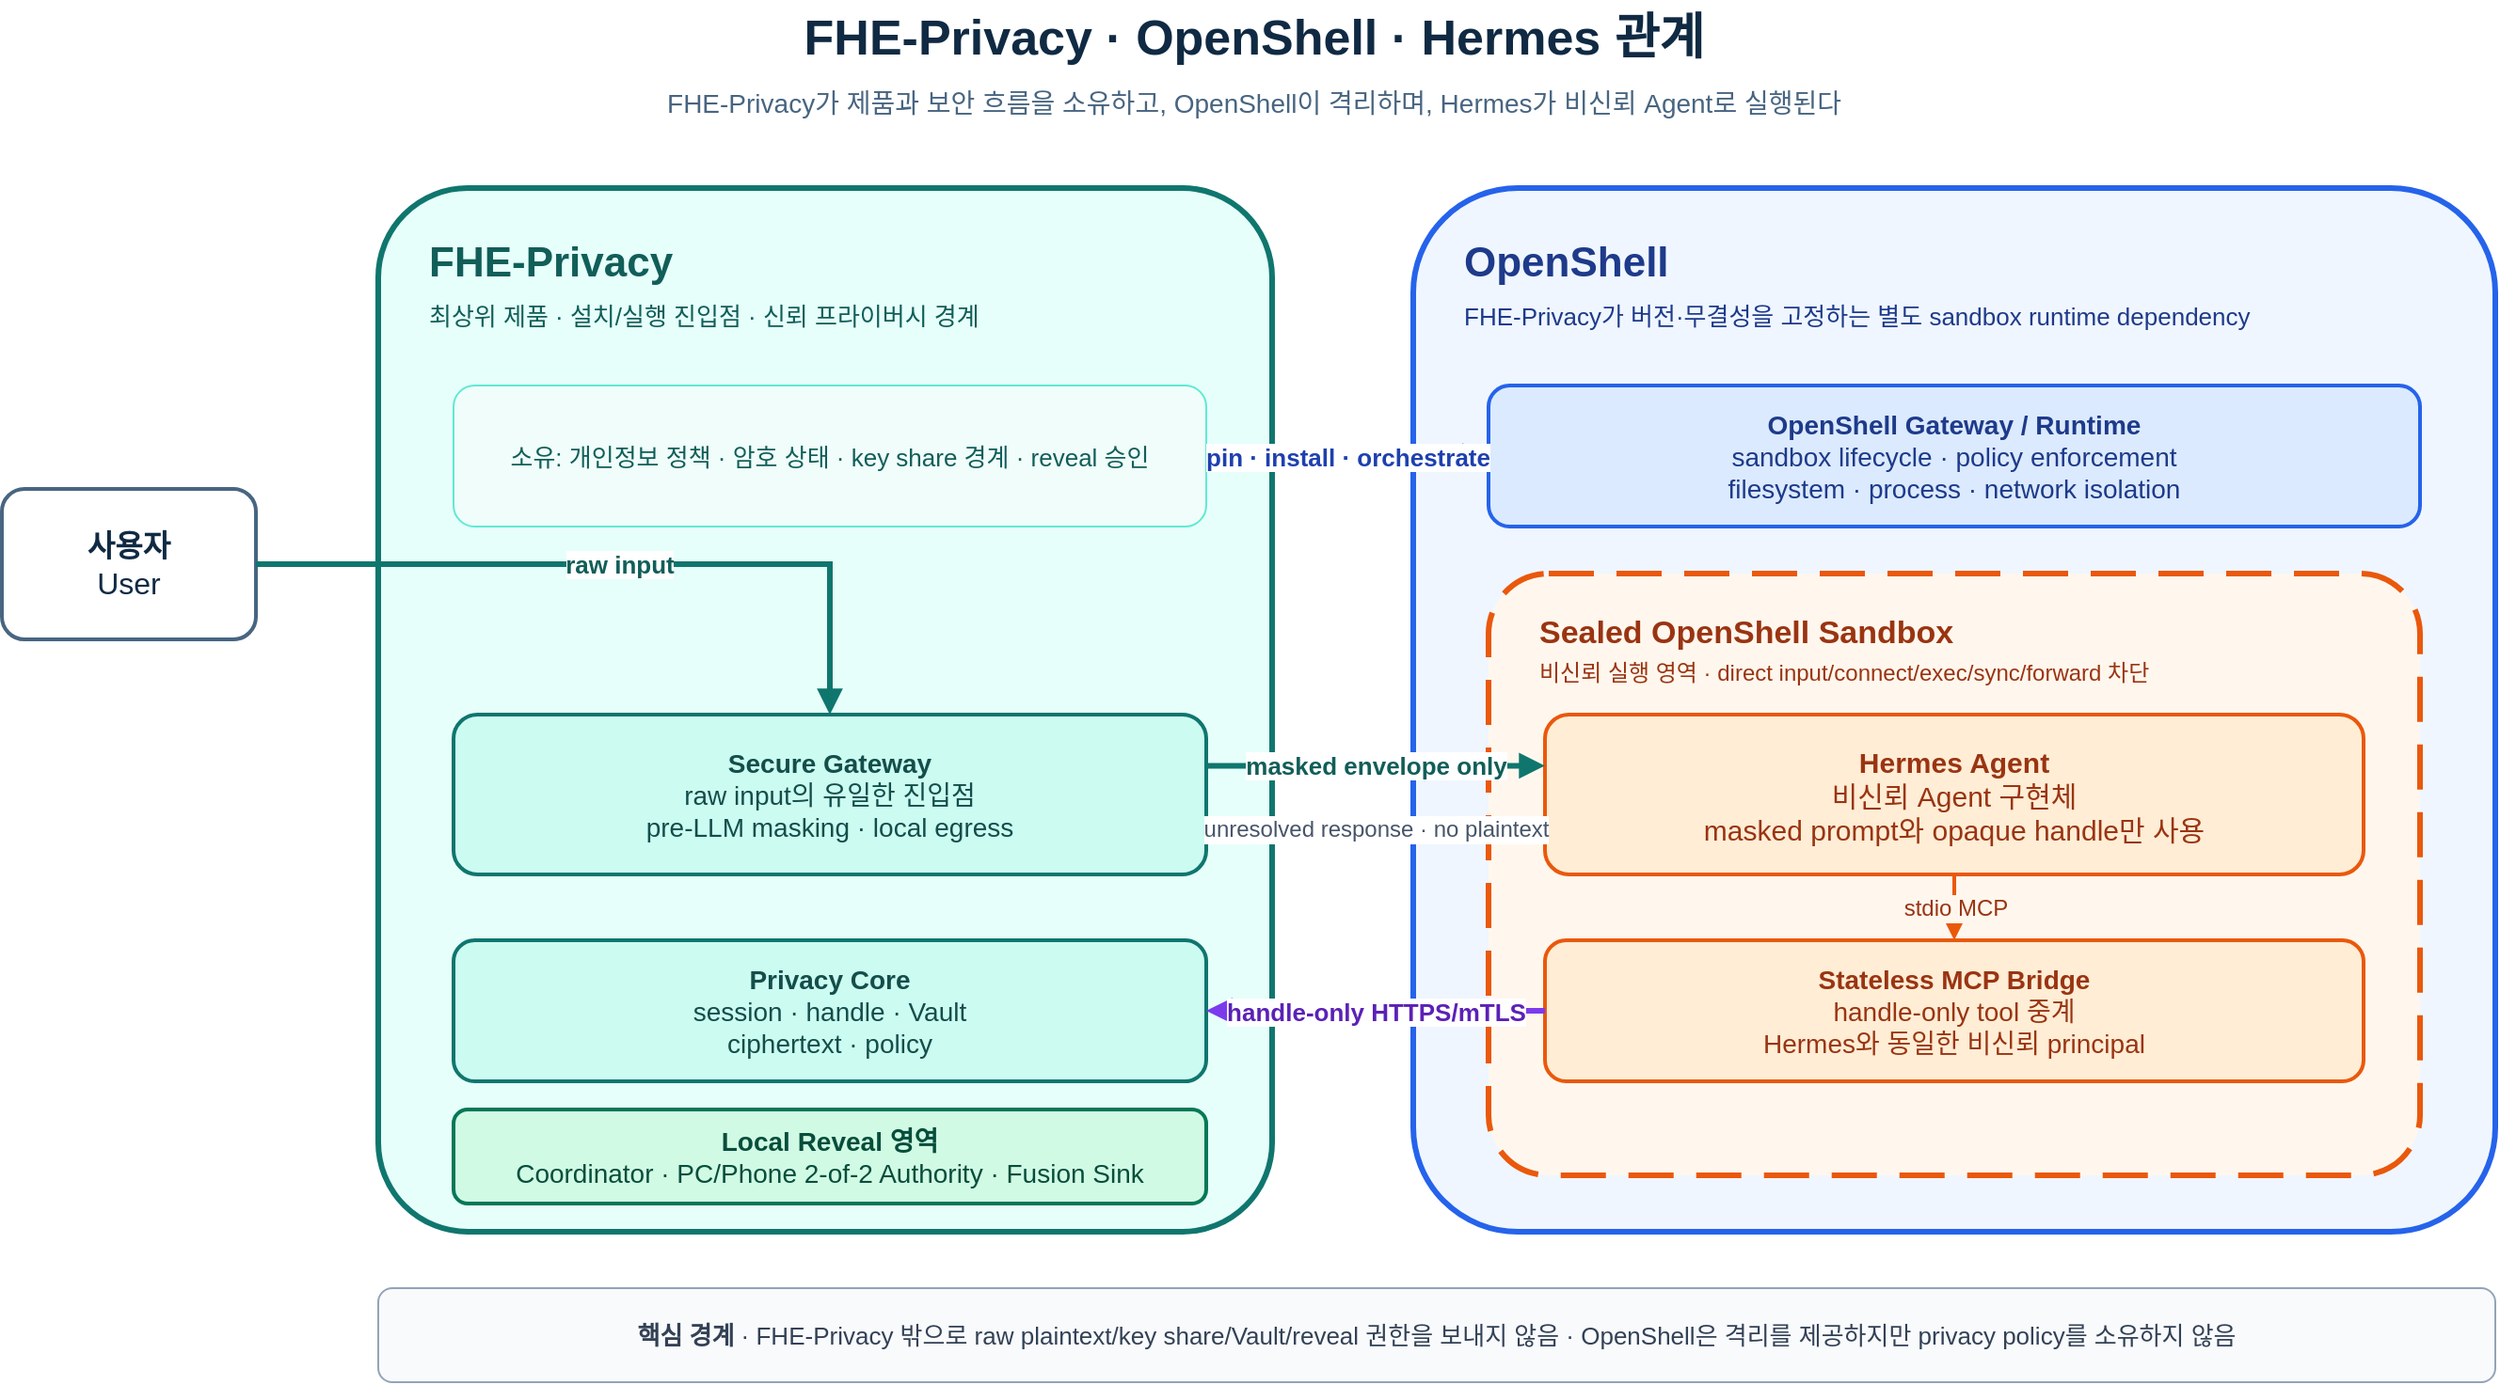
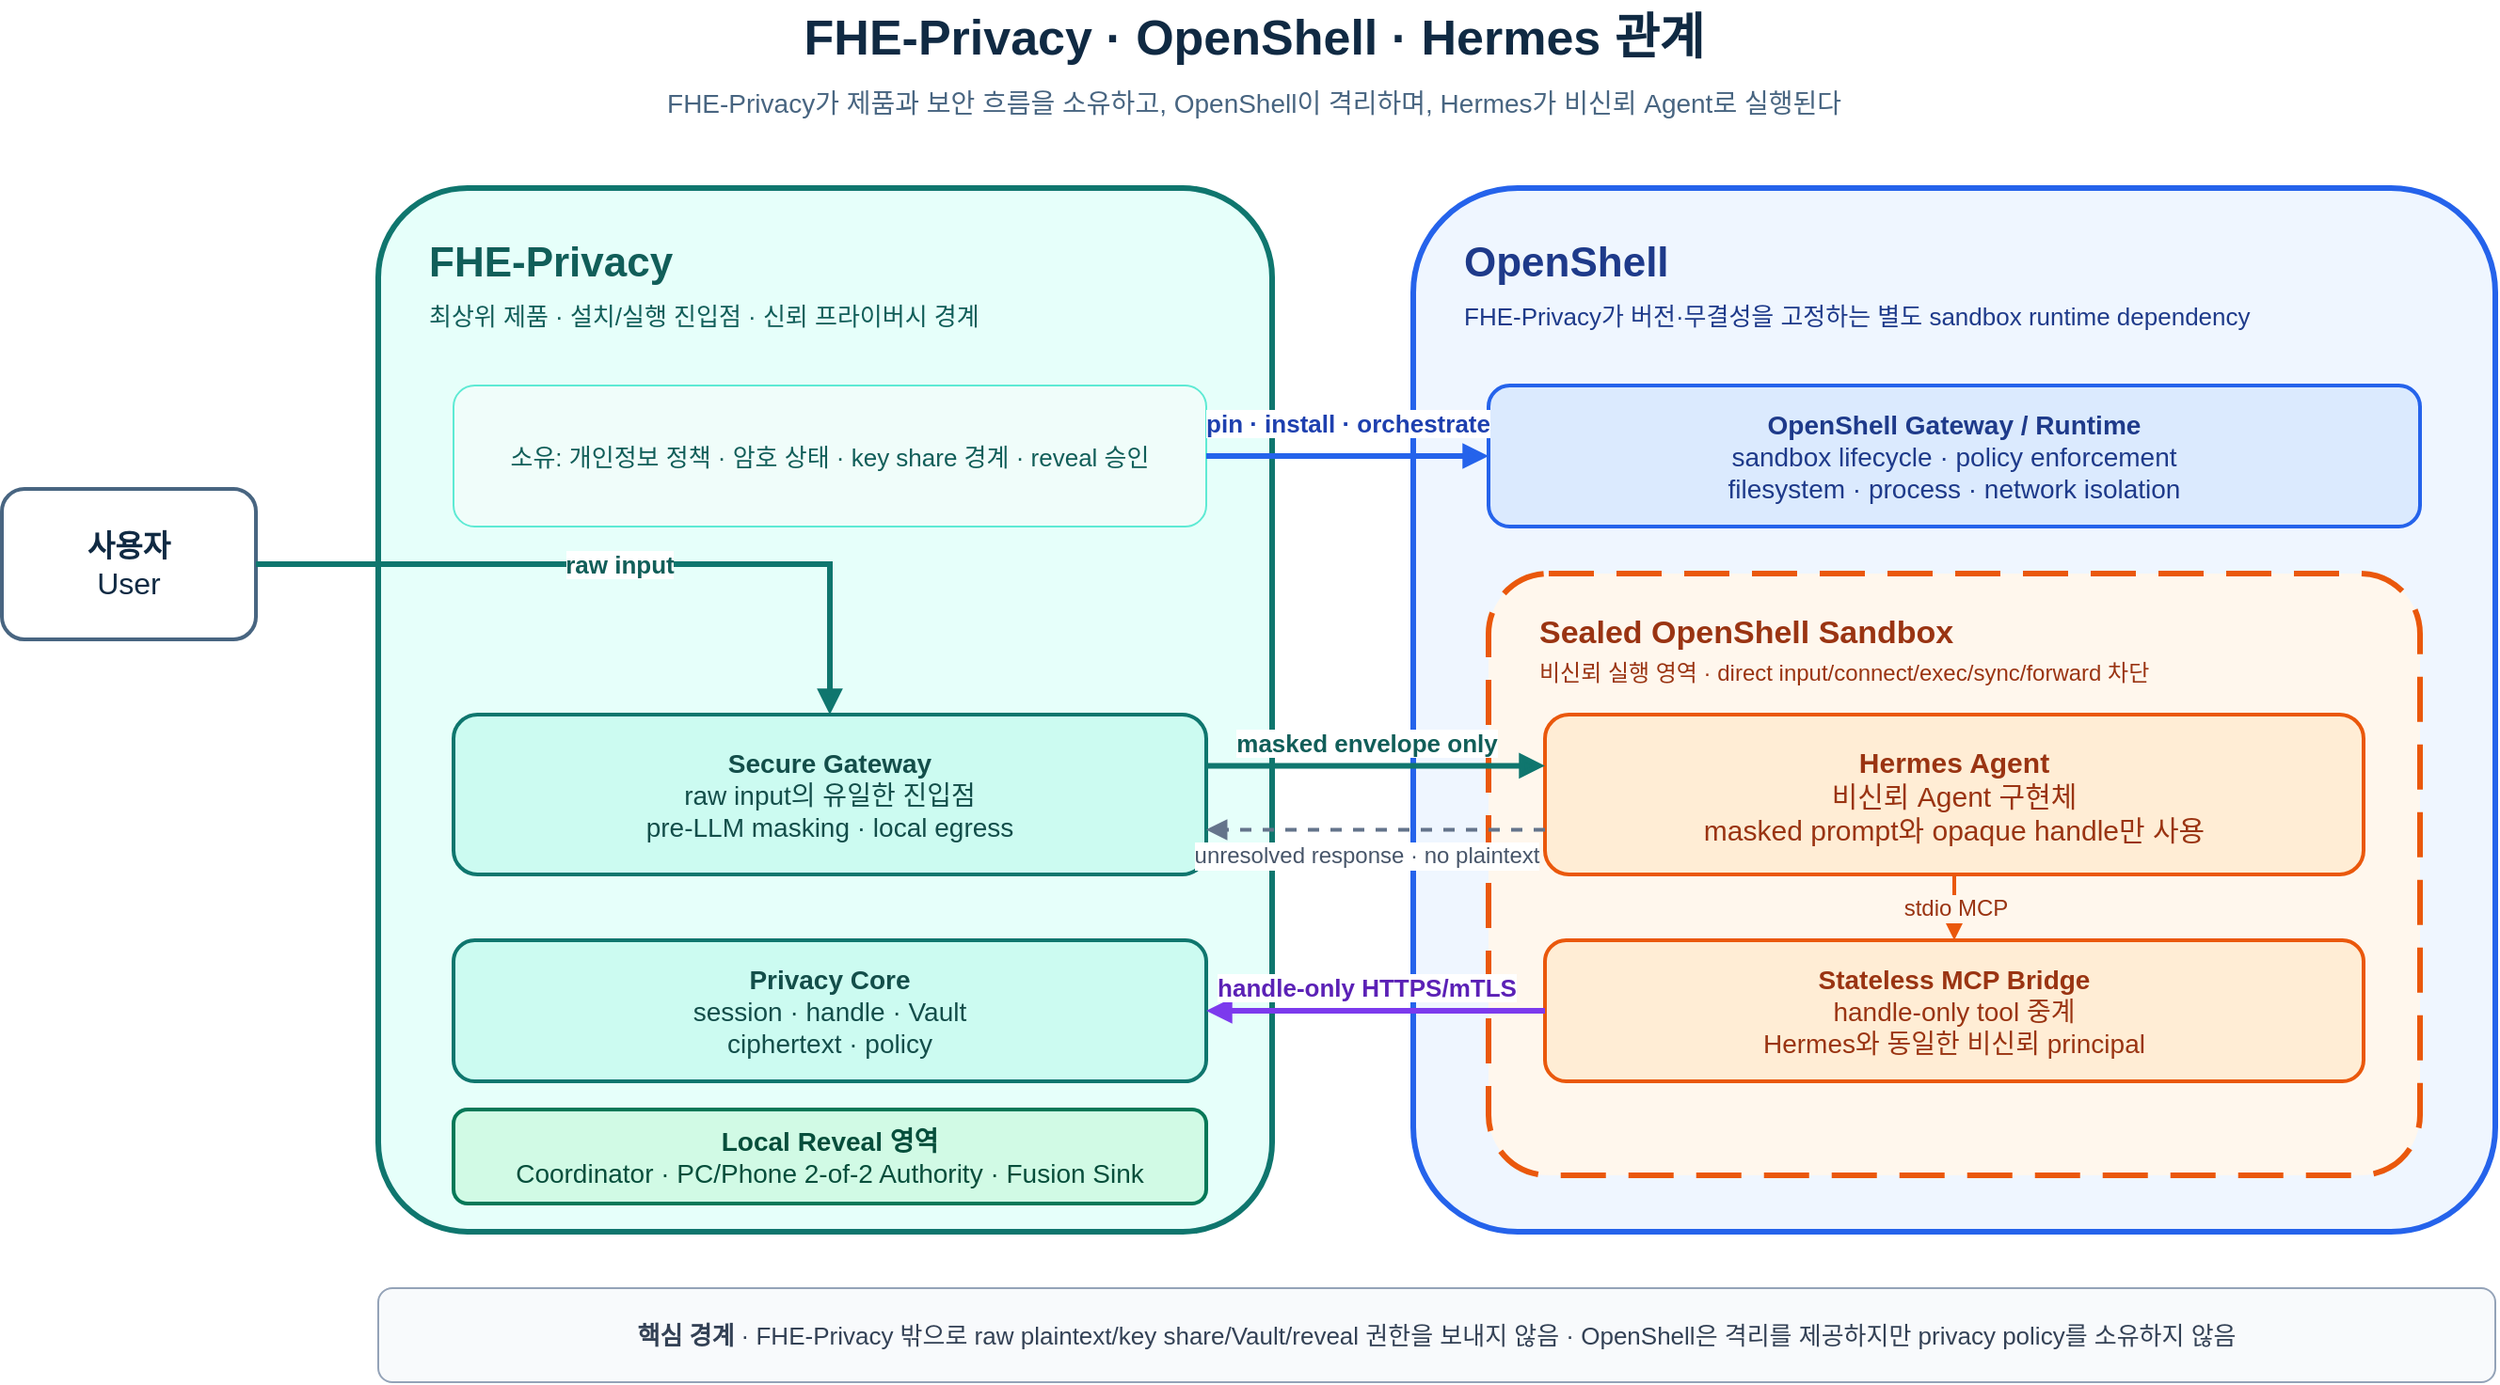
- <mxfile host="app.diagrams.net" modified="2026-07-14T00:00:00.000Z" agent="Codex" version="24.7.17">
-   <diagram id="product-runtime-relationship" name="Product Runtime Relationship">
-     <mxGraphModel dx="1422" dy="794" grid="1" gridSize="10" guides="1" tooltips="1" connect="1" arrows="1" fold="1" page="1" pageScale="1" pageWidth="1400" pageHeight="800" math="0" shadow="0">
-       <root>
-         <mxCell id="0" />
-         <mxCell id="1" parent="0" />
- 
-         <mxCell id="title" value="FHE-Privacy · OpenShell · Hermes 관계" style="text;html=1;strokeColor=none;fillColor=none;align=center;verticalAlign=middle;fontSize=26;fontStyle=1;fontColor=#102A43;" vertex="1" parent="1">
-           <mxGeometry x="260" y="25" width="880" height="40" as="geometry" />
-         </mxCell>
-         <mxCell id="subtitle" value="FHE-Privacy가 제품과 보안 흐름을 소유하고, OpenShell이 격리하며, Hermes가 비신뢰 Agent로 실행된다" style="text;html=1;strokeColor=none;fillColor=none;align=center;verticalAlign=middle;fontSize=14;fontColor=#486581;" vertex="1" parent="1">
-           <mxGeometry x="230" y="65" width="940" height="30" as="geometry" />
-         </mxCell>
- 
-         <mxCell id="user" value="&lt;b&gt;사용자&lt;/b&gt;&lt;br&gt;User" style="rounded=1;whiteSpace=wrap;html=1;fillColor=#FFFFFF;strokeColor=#486581;strokeWidth=2;fontSize=16;fontColor=#102A43;" vertex="1" parent="1">
-           <mxGeometry x="35" y="285" width="135" height="80" as="geometry" />
-         </mxCell>
- 
-         <mxCell id="fhe_boundary" value="" style="rounded=1;whiteSpace=wrap;html=1;fillColor=#E6FFFA;strokeColor=#0F766E;strokeWidth=3;dashed=0;arcSize=10;" vertex="1" parent="1">
-           <mxGeometry x="235" y="125" width="475" height="555" as="geometry" />
-         </mxCell>
-         <mxCell id="fhe_title" value="&lt;b&gt;FHE-Privacy&lt;/b&gt;&lt;br&gt;&lt;font style=&quot;font-size: 13px;&quot;&gt;최상위 제품 · 설치/실행 진입점 · 신뢰 프라이버시 경계&lt;/font&gt;" style="text;html=1;strokeColor=none;fillColor=none;align=left;verticalAlign=top;fontSize=22;fontColor=#115E59;" vertex="1" parent="1">
-           <mxGeometry x="260" y="145" width="425" height="60" as="geometry" />
-         </mxCell>
-         <mxCell id="gateway" value="&lt;b&gt;Secure Gateway&lt;/b&gt;&lt;br&gt;raw input의 유일한 진입점&lt;br&gt;pre-LLM masking · local egress" style="rounded=1;whiteSpace=wrap;html=1;fillColor=#CCFBF1;strokeColor=#0F766E;strokeWidth=2;fontSize=14;fontColor=#134E4A;" vertex="1" parent="1">
-           <mxGeometry x="275" y="405" width="400" height="85" as="geometry" />
-         </mxCell>
-         <mxCell id="core" value="&lt;b&gt;Privacy Core&lt;/b&gt;&lt;br&gt;session · handle · Vault&lt;br&gt;ciphertext · policy" style="rounded=1;whiteSpace=wrap;html=1;fillColor=#CCFBF1;strokeColor=#0F766E;strokeWidth=2;fontSize=14;fontColor=#134E4A;" vertex="1" parent="1">
-           <mxGeometry x="275" y="525" width="400" height="75" as="geometry" />
-         </mxCell>
-         <mxCell id="reveal" value="&lt;b&gt;Local Reveal 영역&lt;/b&gt;&lt;br&gt;Coordinator · PC/Phone 2-of-2 Authority · Fusion Sink" style="rounded=1;whiteSpace=wrap;html=1;fillColor=#D1FAE5;strokeColor=#047857;strokeWidth=2;fontSize=14;fontColor=#064E3B;" vertex="1" parent="1">
-           <mxGeometry x="275" y="615" width="400" height="50" as="geometry" />
-         </mxCell>
-         <mxCell id="fhe_owns" value="소유: 개인정보 정책 · 암호 상태 · key share 경계 · reveal 승인" style="rounded=1;whiteSpace=wrap;html=1;fillColor=#F0FDFA;strokeColor=#5EEAD4;strokeWidth=1;fontSize=13;fontColor=#115E59;align=center;" vertex="1" parent="1">
-           <mxGeometry x="275" y="230" width="400" height="75" as="geometry" />
-         </mxCell>
- 
-         <mxCell id="openshell_boundary" value="" style="rounded=1;whiteSpace=wrap;html=1;fillColor=#EFF6FF;strokeColor=#2563EB;strokeWidth=3;arcSize=10;" vertex="1" parent="1">
-           <mxGeometry x="785" y="125" width="575" height="555" as="geometry" />
-         </mxCell>
-         <mxCell id="openshell_title" value="&lt;b&gt;OpenShell&lt;/b&gt;&lt;br&gt;&lt;font style=&quot;font-size: 13px;&quot;&gt;FHE-Privacy가 버전·무결성을 고정하는 별도 sandbox runtime dependency&lt;/font&gt;" style="text;html=1;strokeColor=none;fillColor=none;align=left;verticalAlign=top;fontSize=22;fontColor=#1E3A8A;" vertex="1" parent="1">
-           <mxGeometry x="810" y="145" width="520" height="60" as="geometry" />
-         </mxCell>
-         <mxCell id="openshell_gateway" value="&lt;b&gt;OpenShell Gateway / Runtime&lt;/b&gt;&lt;br&gt;sandbox lifecycle · policy enforcement&lt;br&gt;filesystem · process · network isolation" style="rounded=1;whiteSpace=wrap;html=1;fillColor=#DBEAFE;strokeColor=#2563EB;strokeWidth=2;fontSize=14;fontColor=#1E3A8A;" vertex="1" parent="1">
-           <mxGeometry x="825" y="230" width="495" height="75" as="geometry" />
-         </mxCell>
- 
-         <mxCell id="sandbox_boundary" value="" style="rounded=1;whiteSpace=wrap;html=1;fillColor=#FFF7ED;strokeColor=#EA580C;strokeWidth=3;dashed=1;dashPattern=8 4;arcSize=10;" vertex="1" parent="1">
-           <mxGeometry x="825" y="330" width="495" height="320" as="geometry" />
-         </mxCell>
-         <mxCell id="sandbox_title" value="&lt;b&gt;Sealed OpenShell Sandbox&lt;/b&gt;&lt;br&gt;&lt;font style=&quot;font-size: 12px;&quot;&gt;비신뢰 실행 영역 · direct input/connect/exec/sync/forward 차단&lt;/font&gt;" style="text;html=1;strokeColor=none;fillColor=none;align=left;verticalAlign=top;fontSize=17;fontColor=#9A3412;" vertex="1" parent="1">
-           <mxGeometry x="850" y="345" width="445" height="45" as="geometry" />
-         </mxCell>
-         <mxCell id="hermes" value="&lt;b&gt;Hermes Agent&lt;/b&gt;&lt;br&gt;비신뢰 Agent 구현체&lt;br&gt;masked prompt와 opaque handle만 사용" style="rounded=1;whiteSpace=wrap;html=1;fillColor=#FFEDD5;strokeColor=#EA580C;strokeWidth=2;fontSize=15;fontColor=#9A3412;" vertex="1" parent="1">
-           <mxGeometry x="855" y="405" width="435" height="85" as="geometry" />
-         </mxCell>
-         <mxCell id="bridge" value="&lt;b&gt;Stateless MCP Bridge&lt;/b&gt;&lt;br&gt;handle-only tool 중계&lt;br&gt;Hermes와 동일한 비신뢰 principal" style="rounded=1;whiteSpace=wrap;html=1;fillColor=#FFEDD5;strokeColor=#EA580C;strokeWidth=2;fontSize=14;fontColor=#9A3412;" vertex="1" parent="1">
-           <mxGeometry x="855" y="525" width="435" height="75" as="geometry" />
-         </mxCell>
- 
-         <mxCell id="user_to_gateway" value="raw input" style="edgeStyle=orthogonalEdgeStyle;rounded=0;orthogonalLoop=1;jettySize=auto;html=1;strokeColor=#0F766E;strokeWidth=3;endArrow=block;endFill=1;fontSize=13;fontStyle=1;fontColor=#115E59;labelBackgroundColor=#FFFFFF;" edge="1" parent="1" source="user" target="gateway">
-           <mxGeometry relative="1" as="geometry" />
-         </mxCell>
-         <mxCell id="fhe_to_openshell" value="pin · install · orchestrate" style="edgeStyle=orthogonalEdgeStyle;rounded=0;orthogonalLoop=1;jettySize=auto;html=1;exitX=1;exitY=0.5;entryX=0;entryY=0.5;strokeColor=#2563EB;strokeWidth=3;endArrow=block;endFill=1;fontSize=13;fontStyle=1;fontColor=#1E40AF;labelBackgroundColor=#FFFFFF;" edge="1" parent="1" source="fhe_owns" target="openshell_gateway">
-           <mxGeometry relative="1" as="geometry" />
-         </mxCell>
-         <mxCell id="gateway_to_hermes" value="masked envelope only" style="edgeStyle=orthogonalEdgeStyle;rounded=0;orthogonalLoop=1;jettySize=auto;html=1;exitX=1;exitY=0.32;entryX=0;entryY=0.32;strokeColor=#0F766E;strokeWidth=3;endArrow=block;endFill=1;fontSize=13;fontStyle=1;fontColor=#115E59;labelBackgroundColor=#FFFFFF;" edge="1" parent="1" source="gateway" target="hermes">
-           <mxGeometry relative="1" as="geometry" />
-         </mxCell>
-         <mxCell id="hermes_to_bridge" value="stdio MCP" style="edgeStyle=orthogonalEdgeStyle;rounded=0;orthogonalLoop=1;jettySize=auto;html=1;exitX=0.5;exitY=1;entryX=0.5;entryY=0;strokeColor=#EA580C;strokeWidth=2;endArrow=block;endFill=1;fontSize=12;fontColor=#9A3412;labelBackgroundColor=#FFF7ED;" edge="1" parent="1" source="hermes" target="bridge">
-           <mxGeometry relative="1" as="geometry" />
-         </mxCell>
-         <mxCell id="bridge_to_core" value="handle-only HTTPS/mTLS" style="edgeStyle=orthogonalEdgeStyle;rounded=0;orthogonalLoop=1;jettySize=auto;html=1;exitX=0;exitY=0.5;entryX=1;entryY=0.5;strokeColor=#7C3AED;strokeWidth=3;endArrow=block;endFill=1;fontSize=13;fontStyle=1;fontColor=#5B21B6;labelBackgroundColor=#FFFFFF;" edge="1" parent="1" source="bridge" target="core">
-           <mxGeometry relative="1" as="geometry" />
-         </mxCell>
-         <mxCell id="response_to_gateway" value="unresolved response · no plaintext" style="edgeStyle=orthogonalEdgeStyle;rounded=0;orthogonalLoop=1;jettySize=auto;html=1;exitX=0;exitY=0.72;entryX=1;entryY=0.72;strokeColor=#64748B;strokeWidth=2;dashed=1;endArrow=block;endFill=1;fontSize=12;fontColor=#475569;labelBackgroundColor=#FFFFFF;" edge="1" parent="1" source="hermes" target="gateway">
-           <mxGeometry relative="1" as="geometry" />
-         </mxCell>
- 
-         <mxCell id="legend" value="&lt;b&gt;핵심 경계&lt;/b&gt;  ·  FHE-Privacy 밖으로 raw plaintext/key share/Vault/reveal 권한을 보내지 않음  ·  OpenShell은 격리를 제공하지만 privacy policy를 소유하지 않음" style="rounded=1;whiteSpace=wrap;html=1;fillColor=#F8FAFC;strokeColor=#94A3B8;strokeWidth=1;fontSize=13;fontColor=#334155;align=center;" vertex="1" parent="1">
-           <mxGeometry x="235" y="710" width="1125" height="50" as="geometry" />
-         </mxCell>
-       </root>
-     </mxGraphModel>
-   </diagram>
- </mxfile>
+ <mxGraphModel dx="1711" dy="889" grid="1" gridSize="10" guides="1" tooltips="1" connect="1" arrows="1" fold="1" page="1" pageScale="1" pageWidth="1400" pageHeight="800" math="0" shadow="0">
+   <root>
+     <mxCell id="0" />
+     <mxCell id="1" parent="0" />
+     <mxCell id="title" parent="1" style="text;html=1;strokeColor=none;fillColor=none;align=center;verticalAlign=middle;fontSize=26;fontStyle=1;fontColor=#102A43;" value="FHE-Privacy · OpenShell · Hermes 관계" vertex="1">
+       <mxGeometry height="40" width="880" x="260" y="25" as="geometry" />
+     </mxCell>
+     <mxCell id="subtitle" parent="1" style="text;html=1;strokeColor=none;fillColor=none;align=center;verticalAlign=middle;fontSize=14;fontColor=#486581;" value="FHE-Privacy가 제품과 보안 흐름을 소유하고, OpenShell이 격리하며, Hermes가 비신뢰 Agent로 실행된다" vertex="1">
+       <mxGeometry height="30" width="940" x="230" y="65" as="geometry" />
+     </mxCell>
+     <mxCell id="user" parent="1" style="rounded=1;whiteSpace=wrap;html=1;fillColor=#FFFFFF;strokeColor=#486581;strokeWidth=2;fontSize=16;fontColor=#102A43;" value="&lt;b&gt;사용자&lt;/b&gt;&lt;br&gt;User" vertex="1">
+       <mxGeometry height="80" width="135" x="35" y="285" as="geometry" />
+     </mxCell>
+     <mxCell id="fhe_boundary" parent="1" style="rounded=1;whiteSpace=wrap;html=1;fillColor=#E6FFFA;strokeColor=#0F766E;strokeWidth=3;dashed=0;arcSize=10;" value="" vertex="1">
+       <mxGeometry height="555" width="475" x="235" y="125" as="geometry" />
+     </mxCell>
+     <mxCell id="fhe_title" parent="1" style="text;html=1;strokeColor=none;fillColor=none;align=left;verticalAlign=top;fontSize=22;fontColor=#115E59;" value="&lt;b&gt;FHE-Privacy&lt;/b&gt;&lt;br&gt;&lt;font style=&quot;font-size: 13px;&quot;&gt;최상위 제품 · 설치/실행 진입점 · 신뢰 프라이버시 경계&lt;/font&gt;" vertex="1">
+       <mxGeometry height="60" width="425" x="260" y="145" as="geometry" />
+     </mxCell>
+     <mxCell id="gateway" parent="1" style="rounded=1;whiteSpace=wrap;html=1;fillColor=#CCFBF1;strokeColor=#0F766E;strokeWidth=2;fontSize=14;fontColor=#134E4A;" value="&lt;b&gt;Secure Gateway&lt;/b&gt;&lt;br&gt;raw input의 유일한 진입점&lt;br&gt;pre-LLM masking · local egress" vertex="1">
+       <mxGeometry height="85" width="400" x="275" y="405" as="geometry" />
+     </mxCell>
+     <mxCell id="core" parent="1" style="rounded=1;whiteSpace=wrap;html=1;fillColor=#CCFBF1;strokeColor=#0F766E;strokeWidth=2;fontSize=14;fontColor=#134E4A;" value="&lt;b&gt;Privacy Core&lt;/b&gt;&lt;br&gt;session · handle · Vault&lt;br&gt;ciphertext · policy" vertex="1">
+       <mxGeometry height="75" width="400" x="275" y="525" as="geometry" />
+     </mxCell>
+     <mxCell id="reveal" parent="1" style="rounded=1;whiteSpace=wrap;html=1;fillColor=#D1FAE5;strokeColor=#047857;strokeWidth=2;fontSize=14;fontColor=#064E3B;" value="&lt;b&gt;Local Reveal 영역&lt;/b&gt;&lt;br&gt;Coordinator · PC/Phone 2-of-2 Authority · Fusion Sink" vertex="1">
+       <mxGeometry height="50" width="400" x="275" y="615" as="geometry" />
+     </mxCell>
+     <mxCell id="fhe_owns" parent="1" style="rounded=1;whiteSpace=wrap;html=1;fillColor=#F0FDFA;strokeColor=#5EEAD4;strokeWidth=1;fontSize=13;fontColor=#115E59;align=center;" value="소유: 개인정보 정책 · 암호 상태 · key share 경계 · reveal 승인" vertex="1">
+       <mxGeometry height="75" width="400" x="275" y="230" as="geometry" />
+     </mxCell>
+     <mxCell id="openshell_boundary" parent="1" style="rounded=1;whiteSpace=wrap;html=1;fillColor=#EFF6FF;strokeColor=#2563EB;strokeWidth=3;arcSize=10;" value="" vertex="1">
+       <mxGeometry height="555" width="575" x="785" y="125" as="geometry" />
+     </mxCell>
+     <mxCell id="openshell_title" parent="1" style="text;html=1;strokeColor=none;fillColor=none;align=left;verticalAlign=top;fontSize=22;fontColor=#1E3A8A;" value="&lt;b&gt;OpenShell&lt;/b&gt;&lt;br&gt;&lt;font style=&quot;font-size: 13px;&quot;&gt;FHE-Privacy가 버전·무결성을 고정하는 별도 sandbox runtime dependency&lt;/font&gt;" vertex="1">
+       <mxGeometry height="60" width="520" x="810" y="145" as="geometry" />
+     </mxCell>
+     <mxCell id="openshell_gateway" parent="1" style="rounded=1;whiteSpace=wrap;html=1;fillColor=#DBEAFE;strokeColor=#2563EB;strokeWidth=2;fontSize=14;fontColor=#1E3A8A;" value="&lt;b&gt;OpenShell Gateway / Runtime&lt;/b&gt;&lt;br&gt;sandbox lifecycle · policy enforcement&lt;br&gt;filesystem · process · network isolation" vertex="1">
+       <mxGeometry height="75" width="495" x="825" y="230" as="geometry" />
+     </mxCell>
+     <mxCell id="sandbox_boundary" parent="1" style="rounded=1;whiteSpace=wrap;html=1;fillColor=#FFF7ED;strokeColor=#EA580C;strokeWidth=3;dashed=1;dashPattern=8 4;arcSize=10;" value="" vertex="1">
+       <mxGeometry height="320" width="495" x="825" y="330" as="geometry" />
+     </mxCell>
+     <mxCell id="sandbox_title" parent="1" style="text;html=1;strokeColor=none;fillColor=none;align=left;verticalAlign=top;fontSize=17;fontColor=#9A3412;" value="&lt;b&gt;Sealed OpenShell Sandbox&lt;/b&gt;&lt;br&gt;&lt;font style=&quot;font-size: 12px;&quot;&gt;비신뢰 실행 영역 · direct input/connect/exec/sync/forward 차단&lt;/font&gt;" vertex="1">
+       <mxGeometry height="45" width="445" x="850" y="345" as="geometry" />
+     </mxCell>
+     <mxCell id="hermes" parent="1" style="rounded=1;whiteSpace=wrap;html=1;fillColor=#FFEDD5;strokeColor=#EA580C;strokeWidth=2;fontSize=15;fontColor=#9A3412;" value="&lt;b&gt;Hermes Agent&lt;/b&gt;&lt;br&gt;비신뢰 Agent 구현체&lt;br&gt;masked prompt와 opaque handle만 사용" vertex="1">
+       <mxGeometry height="85" width="435" x="855" y="405" as="geometry" />
+     </mxCell>
+     <mxCell id="bridge" parent="1" style="rounded=1;whiteSpace=wrap;html=1;fillColor=#FFEDD5;strokeColor=#EA580C;strokeWidth=2;fontSize=14;fontColor=#9A3412;" value="&lt;b&gt;Stateless MCP Bridge&lt;/b&gt;&lt;br&gt;handle-only tool 중계&lt;br&gt;Hermes와 동일한 비신뢰 principal" vertex="1">
+       <mxGeometry height="75" width="435" x="855" y="525" as="geometry" />
+     </mxCell>
+     <mxCell id="user_to_gateway" edge="1" parent="1" source="user" style="edgeStyle=orthogonalEdgeStyle;rounded=0;orthogonalLoop=1;jettySize=auto;html=1;strokeColor=#0F766E;strokeWidth=3;endArrow=block;endFill=1;fontSize=13;fontStyle=1;fontColor=#115E59;labelBackgroundColor=#FFFFFF;" target="gateway" value="raw input">
+       <mxGeometry relative="1" as="geometry" />
+     </mxCell>
+     <mxCell id="fhe_to_openshell" edge="1" parent="1" source="fhe_owns" style="edgeStyle=orthogonalEdgeStyle;rounded=0;orthogonalLoop=1;jettySize=auto;html=1;exitX=1;exitY=0.5;entryX=0;entryY=0.5;strokeColor=#2563EB;strokeWidth=3;endArrow=block;endFill=1;fontSize=13;fontStyle=1;fontColor=#1E40AF;labelBackgroundColor=#FFFFFF;" target="openshell_gateway" value="pin · install · orchestrate">
+       <mxGeometry relative="1" y="18" as="geometry">
+         <mxPoint as="offset" />
+       </mxGeometry>
+     </mxCell>
+     <mxCell id="gateway_to_hermes" edge="1" parent="1" source="gateway" style="edgeStyle=orthogonalEdgeStyle;rounded=0;orthogonalLoop=1;jettySize=auto;html=1;exitX=1;exitY=0.32;entryX=0;entryY=0.32;strokeColor=#0F766E;strokeWidth=3;endArrow=block;endFill=1;fontSize=13;fontStyle=1;fontColor=#115E59;labelBackgroundColor=#FFFFFF;" target="hermes" value="masked envelope only">
+       <mxGeometry relative="1" x="-0.0556" y="12" as="geometry">
+         <mxPoint as="offset" />
+       </mxGeometry>
+     </mxCell>
+     <mxCell id="hermes_to_bridge" edge="1" parent="1" source="hermes" style="edgeStyle=orthogonalEdgeStyle;rounded=0;orthogonalLoop=1;jettySize=auto;html=1;exitX=0.5;exitY=1;entryX=0.5;entryY=0;strokeColor=#EA580C;strokeWidth=2;endArrow=block;endFill=1;fontSize=12;fontColor=#9A3412;labelBackgroundColor=#FFF7ED;" target="bridge" value="stdio MCP">
+       <mxGeometry relative="1" as="geometry" />
+     </mxCell>
+     <mxCell id="bridge_to_core" edge="1" parent="1" source="bridge" style="edgeStyle=orthogonalEdgeStyle;rounded=0;orthogonalLoop=1;jettySize=auto;html=1;exitX=0;exitY=0.5;entryX=1;entryY=0.5;strokeColor=#7C3AED;strokeWidth=3;endArrow=block;endFill=1;fontSize=13;fontStyle=1;fontColor=#5B21B6;labelBackgroundColor=#FFFFFF;" target="core" value="handle-only HTTPS/mTLS">
+       <mxGeometry relative="1" x="0.0556" y="-12" as="geometry">
+         <mxPoint y="-1" as="offset" />
+       </mxGeometry>
+     </mxCell>
+     <mxCell id="response_to_gateway" edge="1" parent="1" source="hermes" style="edgeStyle=orthogonalEdgeStyle;rounded=0;orthogonalLoop=1;jettySize=auto;html=1;exitX=0;exitY=0.72;entryX=1;entryY=0.72;strokeColor=#64748B;strokeWidth=2;dashed=1;endArrow=block;endFill=1;fontSize=12;fontColor=#475569;labelBackgroundColor=#FFFFFF;" target="gateway" value="unresolved response · no plaintext">
+       <mxGeometry relative="1" x="0.0556" y="14" as="geometry">
+         <mxPoint as="offset" />
+       </mxGeometry>
+     </mxCell>
+     <mxCell id="legend" parent="1" style="rounded=1;whiteSpace=wrap;html=1;fillColor=#F8FAFC;strokeColor=#94A3B8;strokeWidth=1;fontSize=13;fontColor=#334155;align=center;" value="&lt;b&gt;핵심 경계&lt;/b&gt;  ·  FHE-Privacy 밖으로 raw plaintext/key share/Vault/reveal 권한을 보내지 않음  ·  OpenShell은 격리를 제공하지만 privacy policy를 소유하지 않음" vertex="1">
+       <mxGeometry height="50" width="1125" x="235" y="710" as="geometry" />
+     </mxCell>
+   </root>
+ </mxGraphModel>
